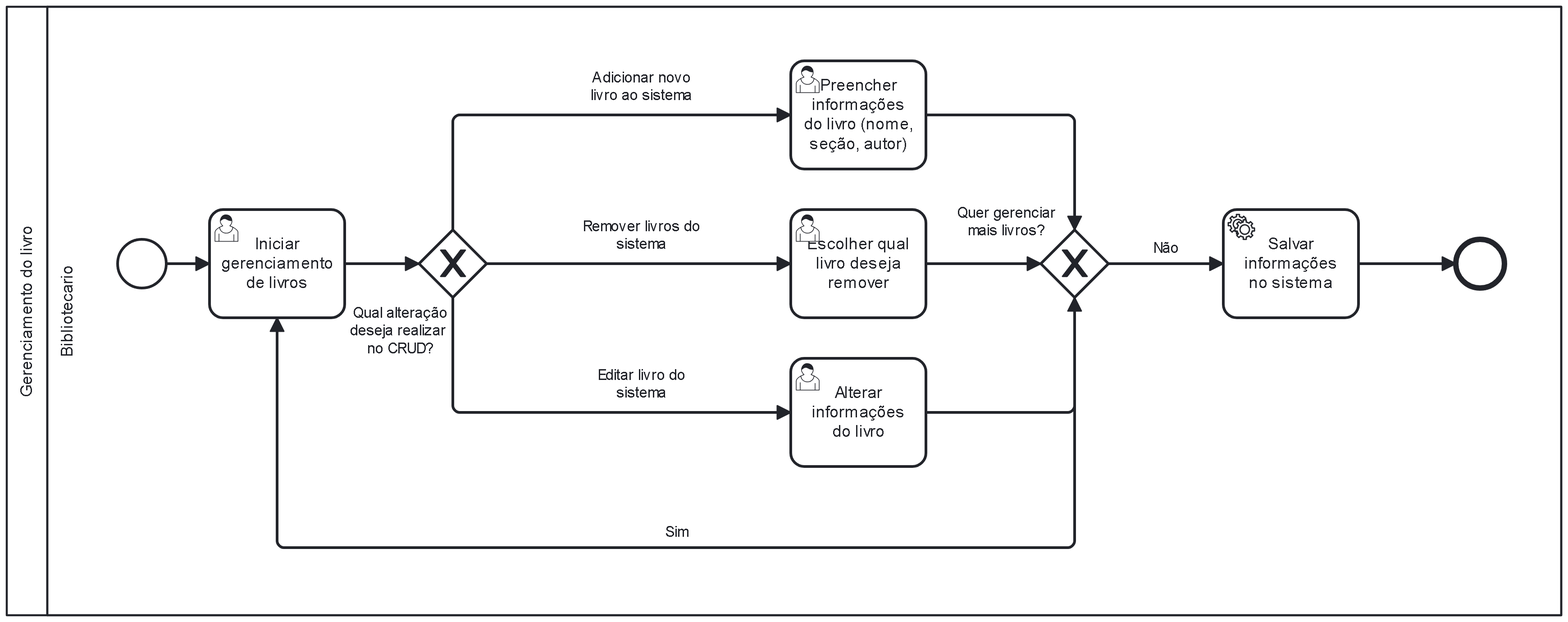
Before: docs/images/processoGL.png, a diagram exported from BPMN (arthurcuri/webook-tis2). Its source is kept beside it as docs/images/processoGL.bpmn. Ids are renumbered.
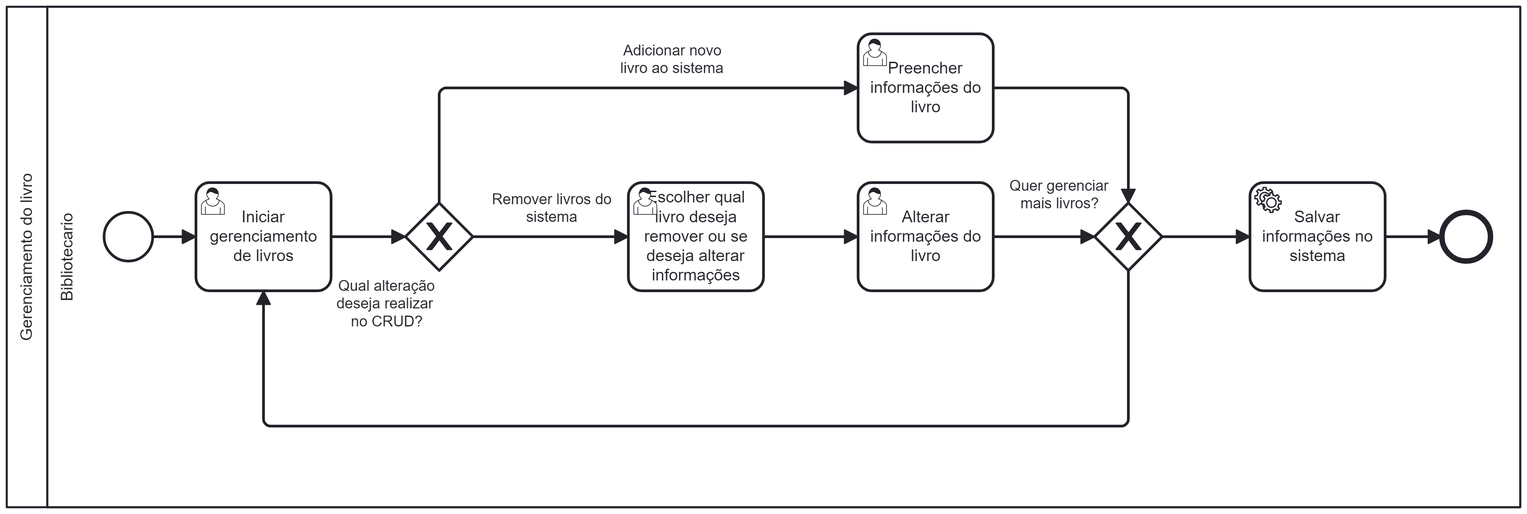
The same file after the commit.

Change to the diagram source:
```diff
@@ -1,4 +1,4 @@
-<bpmn:definitions xmlns:bpmn="http://www.omg.org/spec/BPMN/20100524/MODEL" xmlns:bpmndi="http://www.omg.org/spec/BPMN/20100524/DI" xmlns:dc="http://www.omg.org/spec/DD/20100524/DC" xmlns:di="http://www.omg.org/spec/DD/20100524/DI" xmlns:modeler="http://camunda.org/schema/modeler/1.0" id="Definitions_n1" targetNamespace="http://bpmn.io/schema/bpmn" exporter="Camunda Modeler" exporterVersion="5.20.0" modeler:executionPlatform="Camunda Cloud" modeler:executionPlatformVersion="8.4.0">
+<bpmn:definitions xmlns:bpmn="http://www.omg.org/spec/BPMN/20100524/MODEL" xmlns:bpmndi="http://www.omg.org/spec/BPMN/20100524/DI" xmlns:dc="http://www.omg.org/spec/DD/20100524/DC" xmlns:di="http://www.omg.org/spec/DD/20100524/DI" xmlns:modeler="http://camunda.org/schema/modeler/1.0" id="Definitions_n1" targetNamespace="http://bpmn.io/schema/bpmn" exporter="Camunda Modeler" exporterVersion="5.22.0" modeler:executionPlatform="Camunda Cloud" modeler:executionPlatformVersion="8.4.0">
   <bpmn:collaboration id="Collaboration_n2">
     <bpmn:participant id="Participant_n3" name="Gerenciamento do livro" processRef="Process_n4" />
   </bpmn:collaboration>
@@ -7,12 +7,12 @@
       <bpmn:lane id="Lane_n6" name="Bibliotecario">
         <bpmn:flowNodeRef>StartEvent_1</bpmn:flowNodeRef>
         <bpmn:flowNodeRef>Gateway_n7</bpmn:flowNodeRef>
-        <bpmn:flowNodeRef>Gateway_n8</bpmn:flowNodeRef>
-        <bpmn:flowNodeRef>Activity_n9</bpmn:flowNodeRef>
         <bpmn:flowNodeRef>Event_n10</bpmn:flowNodeRef>
         <bpmn:flowNodeRef>Activity_n11</bpmn:flowNodeRef>
+        <bpmn:flowNodeRef>Activity_n13</bpmn:flowNodeRef>
         <bpmn:flowNodeRef>Activity_n12</bpmn:flowNodeRef>
-        <bpmn:flowNodeRef>Activity_n13</bpmn:flowNodeRef>
+        <bpmn:flowNodeRef>Activity_n9</bpmn:flowNodeRef>
+        <bpmn:flowNodeRef>Gateway_n8</bpmn:flowNodeRef>
         <bpmn:flowNodeRef>Activity_n14</bpmn:flowNodeRef>
       </bpmn:lane>
     </bpmn:laneSet>
@@ -22,60 +22,57 @@
     <bpmn:exclusiveGateway id="Gateway_n7" name="Qual alteração deseja realizar   no CRUD?">
       <bpmn:incoming>Flow_n16</bpmn:incoming>
       <bpmn:outgoing>Flow_n17</bpmn:outgoing>
-      <bpmn:outgoing>Flow_n18</bpmn:outgoing>
       <bpmn:outgoing>Flow_n19</bpmn:outgoing>
     </bpmn:exclusiveGateway>
-    <bpmn:exclusiveGateway id="Gateway_n8" name="Quer gerenciar mais livros?">
-      <bpmn:incoming>Flow_n20</bpmn:incoming>
-      <bpmn:incoming>Flow_n21</bpmn:incoming>
-      <bpmn:incoming>Flow_n22</bpmn:incoming>
-      <bpmn:outgoing>Flow_n23</bpmn:outgoing>
-      <bpmn:outgoing>Flow_n24</bpmn:outgoing>
-    </bpmn:exclusiveGateway>
-    <bpmn:serviceTask id="Activity_n9" name="Salvar informações no sistema">
-      <bpmn:incoming>Flow_n24</bpmn:incoming>
-      <bpmn:outgoing>Flow_n25</bpmn:outgoing>
-    </bpmn:serviceTask>
     <bpmn:endEvent id="Event_n10">
       <bpmn:incoming>Flow_n25</bpmn:incoming>
     </bpmn:endEvent>
     <bpmn:userTask id="Activity_n11" name="Iniciar gerenciamento de livros">
-      <bpmn:incoming>Flow_n23</bpmn:incoming>
       <bpmn:incoming>Flow_n15</bpmn:incoming>
+      <bpmn:incoming>Flow_n29</bpmn:incoming>
       <bpmn:outgoing>Flow_n16</bpmn:outgoing>
-    </bpmn:userTask>
-    <bpmn:userTask id="Activity_n12" name="Alterar informações do livro">
-      <bpmn:incoming>Flow_n18</bpmn:incoming>
-      <bpmn:outgoing>Flow_n22</bpmn:outgoing>
-    </bpmn:userTask>
-    <bpmn:userTask id="Activity_n13" name="Escolher qual livro deseja remover">
-      <bpmn:incoming>Flow_n19</bpmn:incoming>
-      <bpmn:outgoing>Flow_n20</bpmn:outgoing>
-    </bpmn:userTask>
-    <bpmn:userTask id="Activity_n14" name="Preencher informações do livro (nome, seção, autor)">
-      <bpmn:incoming>Flow_n17</bpmn:incoming>
-      <bpmn:outgoing>Flow_n21</bpmn:outgoing>
     </bpmn:userTask>
     <bpmn:sequenceFlow id="Flow_n15" sourceRef="StartEvent_1" targetRef="Activity_n11" />
     <bpmn:sequenceFlow id="Flow_n16" sourceRef="Activity_n11" targetRef="Gateway_n7" />
     <bpmn:sequenceFlow id="Flow_n17" name="Adicionar novo livro ao sistema" sourceRef="Gateway_n7" targetRef="Activity_n14" />
-    <bpmn:sequenceFlow id="Flow_n18" name="Editar livro do sistema" sourceRef="Gateway_n7" targetRef="Activity_n12" />
     <bpmn:sequenceFlow id="Flow_n19" name="Remover livros do sistema" sourceRef="Gateway_n7" targetRef="Activity_n13" />
-    <bpmn:sequenceFlow id="Flow_n20" sourceRef="Activity_n13" targetRef="Gateway_n8" />
-    <bpmn:sequenceFlow id="Flow_n21" sourceRef="Activity_n14" targetRef="Gateway_n8" />
-    <bpmn:sequenceFlow id="Flow_n22" sourceRef="Activity_n12" targetRef="Gateway_n8" />
-    <bpmn:sequenceFlow id="Flow_n23" name="Sim" sourceRef="Gateway_n8" targetRef="Activity_n11" />
-    <bpmn:sequenceFlow id="Flow_n24" name="Não" sourceRef="Gateway_n8" targetRef="Activity_n9" />
     <bpmn:sequenceFlow id="Flow_n25" sourceRef="Activity_n9" targetRef="Event_n10" />
+    <bpmn:sequenceFlow id="Flow_n30" sourceRef="Activity_n13" targetRef="Activity_n12" />
+    <bpmn:userTask id="Activity_n13" name="Escolher qual livro deseja remover ou se deseja alterar informações">
+      <bpmn:incoming>Flow_n19</bpmn:incoming>
+      <bpmn:outgoing>Flow_n30</bpmn:outgoing>
+    </bpmn:userTask>
+    <bpmn:userTask id="Activity_n12" name="Alterar informações do livro">
+      <bpmn:incoming>Flow_n30</bpmn:incoming>
+      <bpmn:outgoing>Flow_n31</bpmn:outgoing>
+    </bpmn:userTask>
+    <bpmn:serviceTask id="Activity_n9" name="Salvar informações no sistema">
+      <bpmn:incoming>Flow_n32</bpmn:incoming>
+      <bpmn:outgoing>Flow_n25</bpmn:outgoing>
+    </bpmn:serviceTask>
+    <bpmn:exclusiveGateway id="Gateway_n8" name="Quer gerenciar mais livros?">
+      <bpmn:incoming>Flow_n31</bpmn:incoming>
+      <bpmn:incoming>Flow_n33</bpmn:incoming>
+      <bpmn:outgoing>Flow_n29</bpmn:outgoing>
+      <bpmn:outgoing>Flow_n32</bpmn:outgoing>
+    </bpmn:exclusiveGateway>
+    <bpmn:sequenceFlow id="Flow_n31" sourceRef="Activity_n12" targetRef="Gateway_n8" />
+    <bpmn:userTask id="Activity_n14" name="Preencher informações do livro">
+      <bpmn:incoming>Flow_n17</bpmn:incoming>
+      <bpmn:outgoing>Flow_n33</bpmn:outgoing>
+    </bpmn:userTask>
+    <bpmn:sequenceFlow id="Flow_n33" sourceRef="Activity_n14" targetRef="Gateway_n8" />
+    <bpmn:sequenceFlow id="Flow_n29" sourceRef="Gateway_n8" targetRef="Activity_n11" />
+    <bpmn:sequenceFlow id="Flow_n32" sourceRef="Gateway_n8" targetRef="Activity_n9" />
   </bpmn:process>
   <bpmndi:BPMNDiagram id="BPMNDiagram_1">
     <bpmndi:BPMNPlane id="BPMNPlane_1" bpmnElement="Collaboration_n2">
       <bpmndi:BPMNShape id="Participant_n3_di" bpmnElement="Participant_n3" isHorizontal="true">
-        <dc:Bounds x="180" y="80" width="1150" height="450" />
+        <dc:Bounds x="190" y="100" width="1120" height="370" />
         <bpmndi:BPMNLabel />
       </bpmndi:BPMNShape>
       <bpmndi:BPMNShape id="Lane_n6_di" bpmnElement="Lane_n6" isHorizontal="true">
-        <dc:Bounds x="210" y="80" width="1120" height="450" />
+        <dc:Bounds x="220" y="100" width="1090" height="370" />
         <bpmndi:BPMNLabel />
       </bpmndi:BPMNShape>
       <bpmndi:BPMNShape id="BPMNShape_n26" bpmnElement="StartEvent_1">
@@ -87,31 +84,33 @@
           <dc:Bounds x="434" y="300" width="74" height="40" />
         </bpmndi:BPMNLabel>
       </bpmndi:BPMNShape>
-      <bpmndi:BPMNShape id="Gateway_n8_di" bpmnElement="Gateway_n8" isMarkerVisible="true">
-        <dc:Bounds x="945" y="245" width="50" height="50" />
-        <bpmndi:BPMNLabel>
-          <dc:Bounds x="883" y="226" width="73" height="27" />
-        </bpmndi:BPMNLabel>
-      </bpmndi:BPMNShape>
-      <bpmndi:BPMNShape id="BPMNShape_n27" bpmnElement="Activity_n9">
-        <dc:Bounds x="1080" y="230" width="100" height="80" />
-        <bpmndi:BPMNLabel />
-      </bpmndi:BPMNShape>
       <bpmndi:BPMNShape id="BPMNShape_n28" bpmnElement="Event_n10">
         <dc:Bounds x="1252" y="252" width="36" height="36" />
       </bpmndi:BPMNShape>
       <bpmndi:BPMNShape id="Activity_0z62mww_di" bpmnElement="Activity_n11">
         <dc:Bounds x="330" y="230" width="100" height="80" />
       </bpmndi:BPMNShape>
-      <bpmndi:BPMNShape id="Activity_0bohf9l_di" bpmnElement="Activity_n12">
-        <dc:Bounds x="760" y="340" width="100" height="80" />
+      <bpmndi:BPMNShape id="Activity_1feagmi_di" bpmnElement="Activity_n13">
+        <dc:Bounds x="650" y="230" width="100" height="80" />
         <bpmndi:BPMNLabel />
       </bpmndi:BPMNShape>
-      <bpmndi:BPMNShape id="Activity_1feagmi_di" bpmnElement="Activity_n13">
-        <dc:Bounds x="760" y="230" width="100" height="80" />
+      <bpmndi:BPMNShape id="Activity_0bohf9l_di" bpmnElement="Activity_n12">
+        <dc:Bounds x="820" y="230" width="100" height="80" />
+        <bpmndi:BPMNLabel />
+      </bpmndi:BPMNShape>
+      <bpmndi:BPMNShape id="BPMNShape_n27" bpmnElement="Activity_n9">
+        <dc:Bounds x="1110" y="230" width="100" height="80" />
+        <bpmndi:BPMNLabel />
+      </bpmndi:BPMNShape>
+      <bpmndi:BPMNShape id="Gateway_n8_di" bpmnElement="Gateway_n8" isMarkerVisible="true">
+        <dc:Bounds x="995" y="245" width="50" height="50" />
+        <bpmndi:BPMNLabel>
+          <dc:Bounds x="932" y="226" width="75" height="27" />
+        </bpmndi:BPMNLabel>
       </bpmndi:BPMNShape>
       <bpmndi:BPMNShape id="Activity_1acflxl_di" bpmnElement="Activity_n14">
-        <dc:Bounds x="760" y="120" width="100" height="80" />
+        <dc:Bounds x="820" y="120" width="100" height="80" />
+        <bpmndi:BPMNLabel />
       </bpmndi:BPMNShape>
       <bpmndi:BPMNEdge id="Flow_n15_di" bpmnElement="Flow_n15">
         <di:waypoint x="298" y="270" />
@@ -124,59 +123,44 @@
       <bpmndi:BPMNEdge id="Flow_n17_di" bpmnElement="Flow_n17">
         <di:waypoint x="510" y="245" />
         <di:waypoint x="510" y="160" />
-        <di:waypoint x="760" y="160" />
+        <di:waypoint x="820" y="160" />
         <bpmndi:BPMNLabel>
-          <dc:Bounds x="612" y="126" width="75" height="27" />
-        </bpmndi:BPMNLabel>
-      </bpmndi:BPMNEdge>
-      <bpmndi:BPMNEdge id="Flow_n18_di" bpmnElement="Flow_n18">
-        <di:waypoint x="510" y="295" />
-        <di:waypoint x="510" y="380" />
-        <di:waypoint x="760" y="380" />
-        <bpmndi:BPMNLabel>
-          <dc:Bounds x="617" y="346" width="65" height="27" />
+          <dc:Bounds x="644" y="126" width="77" height="27" />
         </bpmndi:BPMNLabel>
       </bpmndi:BPMNEdge>
       <bpmndi:BPMNEdge id="Flow_n19_di" bpmnElement="Flow_n19">
         <di:waypoint x="535" y="270" />
-        <di:waypoint x="760" y="270" />
+        <di:waypoint x="650" y="270" />
         <bpmndi:BPMNLabel>
-          <dc:Bounds x="606" y="236" width="87" height="27" />
-        </bpmndi:BPMNLabel>
-      </bpmndi:BPMNEdge>
-      <bpmndi:BPMNEdge id="Flow_n20_di" bpmnElement="Flow_n20">
-        <di:waypoint x="860" y="270" />
-        <di:waypoint x="945" y="270" />
-      </bpmndi:BPMNEdge>
-      <bpmndi:BPMNEdge id="Flow_n21_di" bpmnElement="Flow_n21">
-        <di:waypoint x="860" y="160" />
-        <di:waypoint x="970" y="160" />
-        <di:waypoint x="970" y="245" />
-      </bpmndi:BPMNEdge>
-      <bpmndi:BPMNEdge id="Flow_n22_di" bpmnElement="Flow_n22">
-        <di:waypoint x="860" y="380" />
-        <di:waypoint x="970" y="380" />
-        <di:waypoint x="970" y="295" />
-      </bpmndi:BPMNEdge>
-      <bpmndi:BPMNEdge id="Flow_n23_di" bpmnElement="Flow_n23">
-        <di:waypoint x="970" y="295" />
-        <di:waypoint x="970" y="480" />
-        <di:waypoint x="380" y="480" />
-        <di:waypoint x="380" y="310" />
-        <bpmndi:BPMNLabel>
-          <dc:Bounds x="667" y="462" width="17" height="14" />
-        </bpmndi:BPMNLabel>
-      </bpmndi:BPMNEdge>
-      <bpmndi:BPMNEdge id="Flow_n24_di" bpmnElement="Flow_n24">
-        <di:waypoint x="995" y="270" />
-        <di:waypoint x="1080" y="270" />
-        <bpmndi:BPMNLabel>
-          <dc:Bounds x="1028" y="252" width="19" height="14" />
+          <dc:Bounds x="549" y="236" width="90" height="27" />
         </bpmndi:BPMNLabel>
       </bpmndi:BPMNEdge>
       <bpmndi:BPMNEdge id="Flow_n25_di" bpmnElement="Flow_n25">
-        <di:waypoint x="1180" y="270" />
+        <di:waypoint x="1210" y="270" />
         <di:waypoint x="1252" y="270" />
+      </bpmndi:BPMNEdge>
+      <bpmndi:BPMNEdge id="Flow_n30_di" bpmnElement="Flow_n30">
+        <di:waypoint x="750" y="270" />
+        <di:waypoint x="820" y="270" />
+      </bpmndi:BPMNEdge>
+      <bpmndi:BPMNEdge id="Flow_n31_di" bpmnElement="Flow_n31">
+        <di:waypoint x="920" y="270" />
+        <di:waypoint x="995" y="270" />
+      </bpmndi:BPMNEdge>
+      <bpmndi:BPMNEdge id="Flow_n33_di" bpmnElement="Flow_n33">
+        <di:waypoint x="920" y="160" />
+        <di:waypoint x="1020" y="160" />
+        <di:waypoint x="1020" y="245" />
+      </bpmndi:BPMNEdge>
+      <bpmndi:BPMNEdge id="Flow_n29_di" bpmnElement="Flow_n29">
+        <di:waypoint x="1020" y="295" />
+        <di:waypoint x="1020" y="410" />
+        <di:waypoint x="380" y="410" />
+        <di:waypoint x="380" y="310" />
+      </bpmndi:BPMNEdge>
+      <bpmndi:BPMNEdge id="Flow_n32_di" bpmnElement="Flow_n32">
+        <di:waypoint x="1045" y="270" />
+        <di:waypoint x="1110" y="270" />
       </bpmndi:BPMNEdge>
     </bpmndi:BPMNPlane>
   </bpmndi:BPMNDiagram>
```
